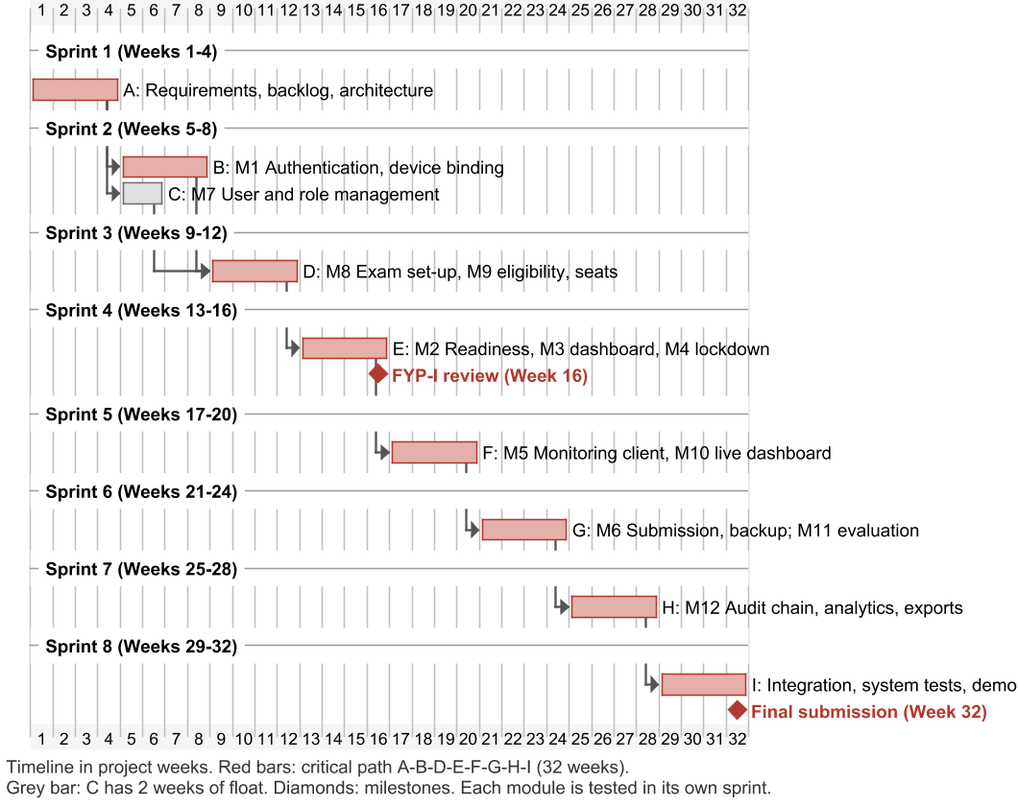
Haiderali27-hub/AI-Lab-Monitoring- keeps this PlantUML diagram as important docs/fyp_doc_3chatp/Figures/gantt_chart.png. Above is the earlier version. Its source is kept beside it as important docs/fyp_doc_3chatp/Figures/src/gantt_chart.puml.
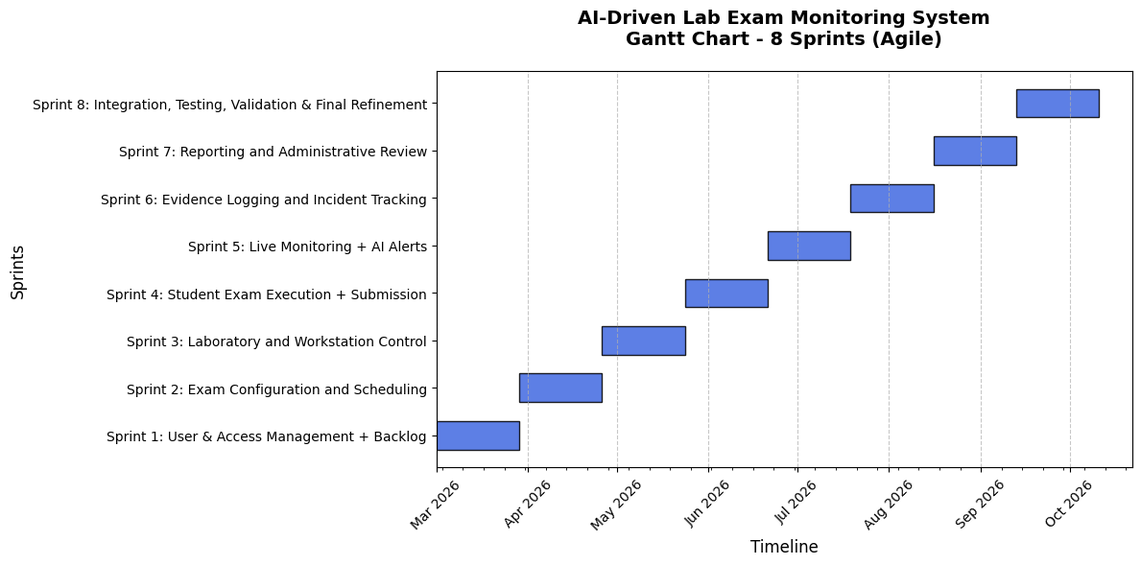
The same diagram one commit later.

What changed in the source:
```diff
@@ -45,41 +45,41 @@
 </style>
 
 -- Sprint 1 (Weeks 1-4) --
-[A: Requirements, backlog, architecture] as [A] lasts 4 days
+[A: Requirements and design] as [A] lasts 4 days
 
 -- Sprint 2 (Weeks 5-8) --
-[B: M1 Authentication, device binding] as [B] lasts 4 days
+[B: M1 Authentication] as [B] lasts 4 days
 [B] starts at [A]'s end
-[C: M7 User and role management] as [C] lasts 2 days
+[C: M7 User management] as [C] lasts 2 days
 [C] starts at [A]'s end
 [C] is colored in #E0E0E0/#6E6E6E
 
 -- Sprint 3 (Weeks 9-12) --
-[D: M8 Exam set-up, M9 eligibility, seats] as [D] lasts 4 days
+[D: M8 Exam creation, M9 Eligibility] as [D] lasts 4 days
 [D] starts at [B]'s end
 [C] -> [D]
 
 -- Sprint 4 (Weeks 13-16) --
-[E: M2 Readiness, M3 dashboard, M4 lockdown] as [E] lasts 4 days
+[E: M2 Readiness, M3 Student dashboard, M4 Lockdown] as [E] lasts 4 days
 [E] starts at [D]'s end
-[FYP-I review (Week 16)] happens at [E]'s end
+[FYP-I review] happens at [E]'s end
 
 -- Sprint 5 (Weeks 17-20) --
-[F: M5 Monitoring client, M10 live dashboard] as [F] lasts 4 days
+[F: M5 Monitoring, M10 Proctoring] as [F] lasts 4 days
 [F] starts at [E]'s end
 
 -- Sprint 6 (Weeks 21-24) --
-[G: M6 Submission, backup; M11 evaluation] as [G] lasts 4 days
+[G: M6 Submission, M11 AI evaluation] as [G] lasts 4 days
 [G] starts at [F]'s end
 
 -- Sprint 7 (Weeks 25-28) --
-[H: M12 Audit chain, analytics, exports] as [H] lasts 4 days
+[H: M12 Audit and reports] as [H] lasts 4 days
 [H] starts at [G]'s end
 
 -- Sprint 8 (Weeks 29-32) --
-[I: Integration, system tests, demo] as [I] lasts 4 days
+[I: Integration and testing] as [I] lasts 4 days
 [I] starts at [H]'s end
-[Final submission (Week 32)] happens at [I]'s end
+[Final submission] happens at [I]'s end
 
-footer Timeline in project weeks. Red bars: critical path A-B-D-E-F-G-H-I (32 weeks).\nGrey bar: C has 2 weeks of float. Diamonds: milestones. Each module is tested in its own sprint.
+footer Red: critical path (32 weeks). Grey: task C has 2 weeks of float. Diamond: milestone.
 @endgantt
```
